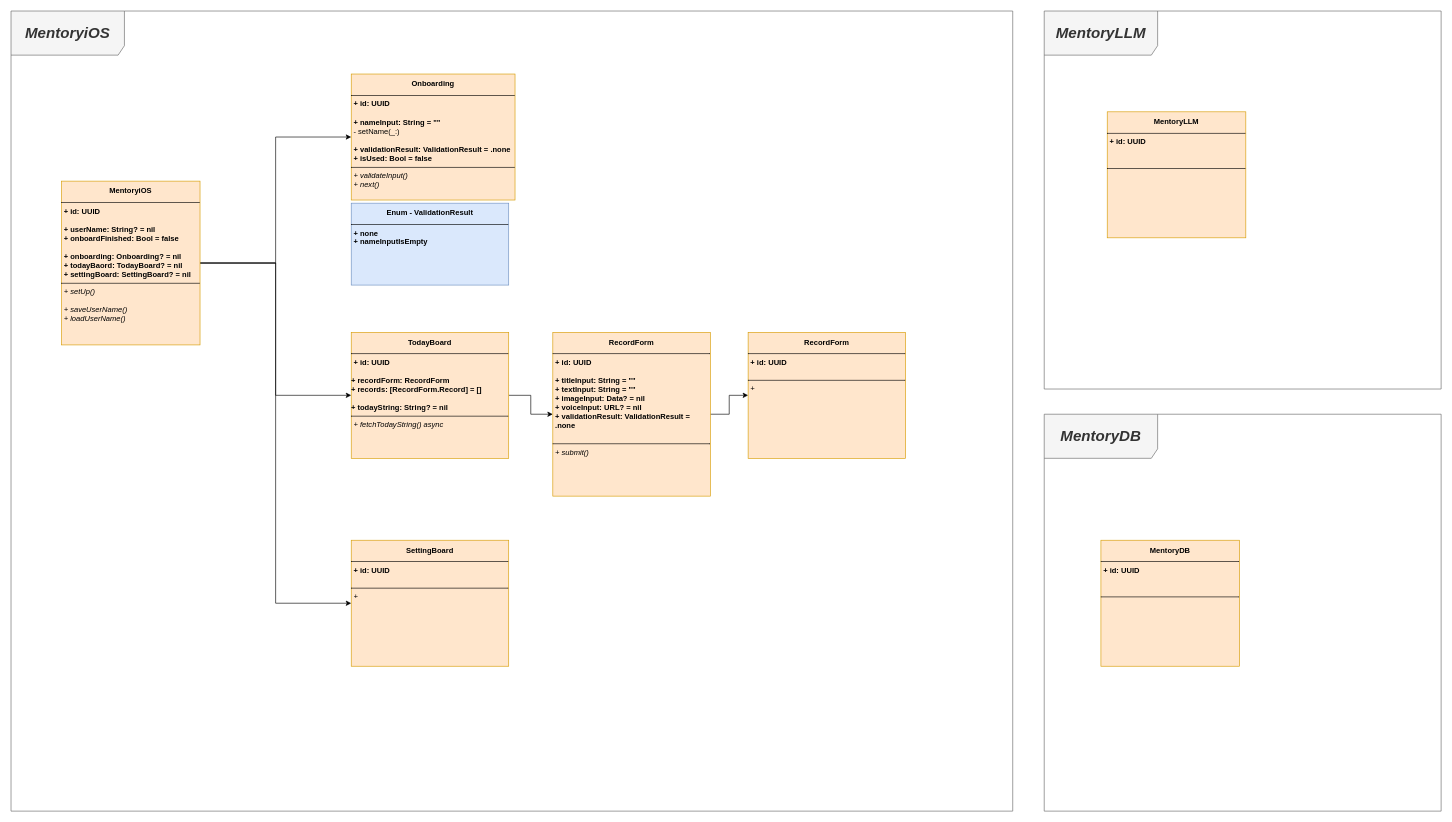
This is mentory.drawio from mandooplz/mentory, a draw.io file, before an edit. Source tidied: cells renumbered, new cells numbered last; positions are measured from the earlier drawing's top-left corner, leaving out a move shared by most shapes. Both pictures are drawn from the tidied source at 63%, with x=0, y=0 at pixel (11, 11).
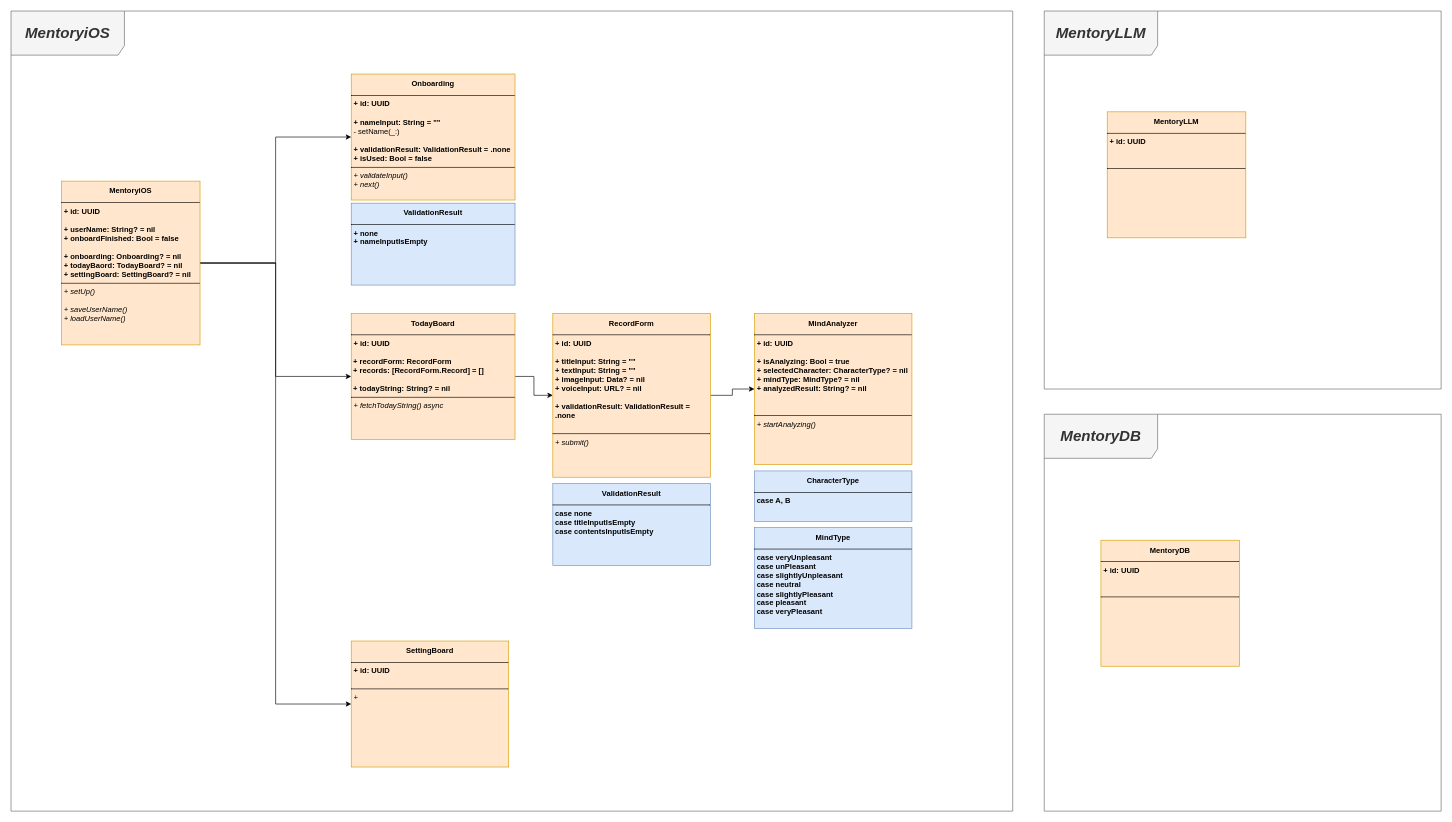
The same page after the edit.

Commit message:
[DOCS] RecordForm, MindAnalyzer 다이어그램 최신화

Diff of the diagram source:
```diff
@@
-    <mxCell id="7" value="&lt;p style=&quot;margin: 4px 0px 0px; text-align: center; line-height: 200%;&quot;&gt;&lt;b&gt;Enum - ValidationResult&lt;/b&gt;&lt;/p&gt;&lt;hr size=&quot;1&quot; style=&quot;border-style:solid;&quot;&gt;&lt;p style=&quot;margin:0px;margin-left:4px;&quot;&gt;&lt;b&gt;+ none&lt;/b&gt;&lt;/p&gt;&lt;p style=&quot;margin:0px;margin-left:4px;&quot;&gt;&lt;b&gt;+ nameInputIsEmpty&lt;/b&gt;&lt;/p&gt;" style="verticalAlign=top;align=left;overflow=fill;html=1;whiteSpace=wrap;fillColor=#dae8fc;strokeColor=#6c8ebf;" parent="1" vertex="1">
-      <mxGeometry x="540" y="305" width="250" height="130" as="geometry" />
+    <mxCell id="7" value="&lt;p style=&quot;margin: 4px 0px 0px; text-align: center; line-height: 200%;&quot;&gt;&lt;b&gt;ValidationResult&lt;/b&gt;&lt;/p&gt;&lt;hr size=&quot;1&quot; style=&quot;border-style:solid;&quot;&gt;&lt;p style=&quot;margin:0px;margin-left:4px;&quot;&gt;&lt;b&gt;+ none&lt;/b&gt;&lt;/p&gt;&lt;p style=&quot;margin:0px;margin-left:4px;&quot;&gt;&lt;b&gt;+ nameInputIsEmpty&lt;/b&gt;&lt;/p&gt;" style="verticalAlign=top;align=left;overflow=fill;html=1;whiteSpace=wrap;fillColor=#dae8fc;strokeColor=#6c8ebf;" parent="1" vertex="1">
+      <mxGeometry x="540" y="305" width="260" height="130" as="geometry" />
     </mxCell>
@@
-    <mxCell id="9" value="&lt;p style=&quot;margin: 4px 0px 0px; text-align: center; line-height: 200%;&quot;&gt;&lt;b&gt;TodayBoard&lt;/b&gt;&lt;/p&gt;&lt;hr size=&quot;1&quot; style=&quot;border-style:solid;&quot;&gt;&lt;p style=&quot;margin:0px;margin-left:4px;&quot;&gt;&lt;b&gt;+ id: UUID&lt;/b&gt;&lt;/p&gt;&lt;p style=&quot;margin:0px;margin-left:4px;&quot;&gt;&lt;/p&gt;&lt;div&gt;&lt;br&gt;&lt;/div&gt;&lt;b&gt;+ recordForm: RecordForm&lt;/b&gt;&lt;div&gt;&lt;b&gt;+ records: [RecordForm.Record] = []&lt;/b&gt;&lt;/div&gt;&lt;div&gt;&lt;b&gt;&lt;br&gt;&lt;/b&gt;&lt;/div&gt;&lt;div&gt;&lt;b&gt;+ todayString: String? = nil&lt;br&gt;&lt;/b&gt;&lt;hr size=&quot;1&quot; style=&quot;border-style:solid;&quot;&gt;&lt;p style=&quot;margin:0px;margin-left:4px;&quot;&gt;&lt;i&gt;+ fetchTodayString() async&lt;/i&gt;&lt;/p&gt;&lt;p style=&quot;margin:0px;margin-left:4px;&quot;&gt;&lt;i&gt;&lt;br&gt;&lt;/i&gt;&lt;/p&gt;&lt;p style=&quot;margin:0px;margin-left:4px;&quot;&gt;&lt;i&gt;&lt;br&gt;&lt;/i&gt;&lt;/p&gt;&lt;p style=&quot;margin:0px;margin-left:4px;&quot;&gt;&lt;i&gt;&lt;br&gt;&lt;/i&gt;&lt;/p&gt;&lt;/div&gt;" style="verticalAlign=top;align=left;overflow=fill;html=1;whiteSpace=wrap;fillColor=#ffe6cc;strokeColor=#d79b00;" parent="1" vertex="1">
-      <mxGeometry x="540" y="510" width="250" height="200" as="geometry" />
+    <mxCell id="9" value="&lt;p style=&quot;margin: 4px 0px 0px; text-align: center; line-height: 200%;&quot;&gt;&lt;b&gt;TodayBoard&lt;/b&gt;&lt;/p&gt;&lt;hr size=&quot;1&quot; style=&quot;border-style:solid;&quot;&gt;&lt;p style=&quot;margin:0px;margin-left:4px;&quot;&gt;&lt;b&gt;+ id: UUID&lt;/b&gt;&lt;/p&gt;&lt;p style=&quot;margin:0px;margin-left:4px;&quot;&gt;&lt;/p&gt;&lt;div&gt;&lt;br&gt;&lt;/div&gt;&lt;b&gt;&amp;nbsp;+ recordForm: RecordForm&lt;/b&gt;&lt;div&gt;&lt;b&gt;&amp;nbsp;+ records: [RecordForm.Record] = []&lt;/b&gt;&lt;/div&gt;&lt;div&gt;&lt;b&gt;&lt;br&gt;&lt;/b&gt;&lt;/div&gt;&lt;div&gt;&lt;b&gt;&amp;nbsp;+ todayString: String? = nil&lt;br&gt;&lt;/b&gt;&lt;hr size=&quot;1&quot; style=&quot;border-style:solid;&quot;&gt;&lt;p style=&quot;margin:0px;margin-left:4px;&quot;&gt;&lt;i&gt;+ fetchTodayString() async&lt;/i&gt;&lt;/p&gt;&lt;p style=&quot;margin:0px;margin-left:4px;&quot;&gt;&lt;i&gt;&lt;br&gt;&lt;/i&gt;&lt;/p&gt;&lt;p style=&quot;margin:0px;margin-left:4px;&quot;&gt;&lt;i&gt;&lt;br&gt;&lt;/i&gt;&lt;/p&gt;&lt;p style=&quot;margin:0px;margin-left:4px;&quot;&gt;&lt;i&gt;&lt;br&gt;&lt;/i&gt;&lt;/p&gt;&lt;/div&gt;" style="verticalAlign=top;align=left;overflow=fill;html=1;whiteSpace=wrap;fillColor=#ffe6cc;strokeColor=#d79b00;" parent="1" vertex="1">
+      <mxGeometry x="540" y="480" width="260" height="200" as="geometry" />
     </mxCell>
@@
-    <mxCell id="13" value="&lt;p style=&quot;margin: 4px 0px 0px; text-align: center; line-height: 200%;&quot;&gt;&lt;b&gt;RecordForm&lt;/b&gt;&lt;/p&gt;&lt;hr size=&quot;1&quot; style=&quot;border-style:solid;&quot;&gt;&lt;p style=&quot;margin:0px;margin-left:4px;&quot;&gt;&lt;b&gt;+ id: UUID&lt;/b&gt;&lt;/p&gt;&lt;p style=&quot;margin:0px;margin-left:4px;&quot;&gt;&lt;b&gt;&lt;br&gt;&lt;/b&gt;&lt;/p&gt;&lt;p style=&quot;margin:0px;margin-left:4px;&quot;&gt;&lt;b&gt;+ titleInput: String = &quot;&quot;&lt;/b&gt;&lt;/p&gt;&lt;p style=&quot;margin:0px;margin-left:4px;&quot;&gt;&lt;b&gt;+ textInput: String = &quot;&quot;&lt;/b&gt;&lt;/p&gt;&lt;p style=&quot;margin:0px;margin-left:4px;&quot;&gt;&lt;b&gt;+ imageInput: Data? = nil&lt;/b&gt;&lt;/p&gt;&lt;p style=&quot;margin:0px;margin-left:4px;&quot;&gt;&lt;b&gt;+ voiceInput: URL? = nil&lt;/b&gt;&lt;/p&gt;&lt;p style=&quot;margin:0px;margin-left:4px;&quot;&gt;&lt;b&gt;+ validationResult: ValidationResult = .none&lt;/b&gt;&lt;/p&gt;&lt;p style=&quot;margin:0px;margin-left:4px;&quot;&gt;&lt;b&gt;&lt;br&gt;&lt;/b&gt;&lt;/p&gt;&lt;hr size=&quot;1&quot; style=&quot;border-style:solid;&quot;&gt;&lt;p style=&quot;margin:0px;margin-left:4px;&quot;&gt;&lt;i&gt;+ submit()&lt;/i&gt;&lt;/p&gt;&lt;p style=&quot;margin:0px;margin-left:4px;&quot;&gt;&lt;i&gt;&lt;br&gt;&lt;/i&gt;&lt;/p&gt;&lt;p style=&quot;margin:0px;margin-left:4px;&quot;&gt;&lt;i&gt;&lt;br&gt;&lt;/i&gt;&lt;/p&gt;" style="verticalAlign=top;align=left;overflow=fill;html=1;whiteSpace=wrap;fillColor=#ffe6cc;strokeColor=#d79b00;" parent="1" vertex="1">
-      <mxGeometry x="860" y="510" width="250" height="260" as="geometry" />
+    <mxCell id="13" value="&lt;p style=&quot;margin: 4px 0px 0px; text-align: center; line-height: 200%;&quot;&gt;&lt;b&gt;RecordForm&lt;/b&gt;&lt;/p&gt;&lt;hr size=&quot;1&quot; style=&quot;border-style:solid;&quot;&gt;&lt;p style=&quot;margin:0px;margin-left:4px;&quot;&gt;&lt;b&gt;+ id: UUID&lt;/b&gt;&lt;/p&gt;&lt;p style=&quot;margin:0px;margin-left:4px;&quot;&gt;&lt;b&gt;&lt;br&gt;&lt;/b&gt;&lt;/p&gt;&lt;p style=&quot;margin:0px;margin-left:4px;&quot;&gt;&lt;b&gt;+ titleInput: String = &quot;&quot;&lt;/b&gt;&lt;/p&gt;&lt;p style=&quot;margin:0px;margin-left:4px;&quot;&gt;&lt;b&gt;+ textInput: String = &quot;&quot;&lt;/b&gt;&lt;/p&gt;&lt;p style=&quot;margin:0px;margin-left:4px;&quot;&gt;&lt;b&gt;+ imageInput: Data? = nil&lt;/b&gt;&lt;/p&gt;&lt;p style=&quot;margin:0px;margin-left:4px;&quot;&gt;&lt;b&gt;+ voiceInput: URL? = nil&lt;/b&gt;&lt;/p&gt;&lt;p style=&quot;margin:0px;margin-left:4px;&quot;&gt;&lt;b&gt;&lt;br&gt;&lt;/b&gt;&lt;/p&gt;&lt;p style=&quot;margin:0px;margin-left:4px;&quot;&gt;&lt;b&gt;+ validationResult: ValidationResult = .none&lt;/b&gt;&lt;/p&gt;&lt;p style=&quot;margin:0px;margin-left:4px;&quot;&gt;&lt;b&gt;&lt;br&gt;&lt;/b&gt;&lt;/p&gt;&lt;hr size=&quot;1&quot; style=&quot;border-style:solid;&quot;&gt;&lt;p style=&quot;margin:0px;margin-left:4px;&quot;&gt;&lt;i&gt;+ submit()&lt;/i&gt;&lt;/p&gt;&lt;p style=&quot;margin:0px;margin-left:4px;&quot;&gt;&lt;i&gt;&lt;br&gt;&lt;/i&gt;&lt;/p&gt;&lt;p style=&quot;margin:0px;margin-left:4px;&quot;&gt;&lt;i&gt;&lt;br&gt;&lt;/i&gt;&lt;/p&gt;" style="verticalAlign=top;align=left;overflow=fill;html=1;whiteSpace=wrap;fillColor=#ffe6cc;strokeColor=#d79b00;" parent="1" vertex="1">
+      <mxGeometry x="860" y="480" width="250" height="260" as="geometry" />
     </mxCell>
@@
-    <mxCell id="17" value="&lt;p style=&quot;margin: 4px 0px 0px; text-align: center; line-height: 200%;&quot;&gt;&lt;b&gt;RecordForm&lt;/b&gt;&lt;/p&gt;&lt;hr size=&quot;1&quot; style=&quot;border-style:solid;&quot;&gt;&lt;p style=&quot;margin:0px;margin-left:4px;&quot;&gt;&lt;b&gt;+ id: UUID&lt;/b&gt;&lt;/p&gt;&lt;p style=&quot;margin:0px;margin-left:4px;&quot;&gt;&lt;b&gt;&lt;br&gt;&lt;/b&gt;&lt;/p&gt;&lt;hr size=&quot;1&quot; style=&quot;border-style:solid;&quot;&gt;&lt;p style=&quot;margin:0px;margin-left:4px;&quot;&gt;&lt;i&gt;+&amp;nbsp;&lt;/i&gt;&lt;/p&gt;&lt;p style=&quot;margin:0px;margin-left:4px;&quot;&gt;&lt;i&gt;&lt;br&gt;&lt;/i&gt;&lt;/p&gt;&lt;p style=&quot;margin:0px;margin-left:4px;&quot;&gt;&lt;i&gt;&lt;br&gt;&lt;/i&gt;&lt;/p&gt;" style="verticalAlign=top;align=left;overflow=fill;html=1;whiteSpace=wrap;fillColor=#ffe6cc;strokeColor=#d79b00;" parent="1" vertex="1">
-      <mxGeometry x="1170" y="510" width="250" height="200" as="geometry" />
+    <mxCell id="17" value="&lt;p style=&quot;margin: 4px 0px 0px; text-align: center; line-height: 200%;&quot;&gt;&lt;b&gt;MindAnalyzer&lt;/b&gt;&lt;/p&gt;&lt;hr size=&quot;1&quot; style=&quot;border-style:solid;&quot;&gt;&lt;p style=&quot;margin:0px;margin-left:4px;&quot;&gt;&lt;b&gt;+ id: UUID&lt;/b&gt;&lt;/p&gt;&lt;p style=&quot;margin:0px;margin-left:4px;&quot;&gt;&lt;b&gt;&lt;br&gt;&lt;/b&gt;&lt;/p&gt;&lt;p style=&quot;margin:0px;margin-left:4px;&quot;&gt;&lt;b&gt;+ isAnalyzing: Bool = true&lt;/b&gt;&lt;/p&gt;&lt;p style=&quot;margin:0px;margin-left:4px;&quot;&gt;&lt;b&gt;+ selectedCharacter: CharacterType? = nil&lt;/b&gt;&lt;/p&gt;&lt;p style=&quot;margin:0px;margin-left:4px;&quot;&gt;&lt;b&gt;+ mindType: MindType? = nil&lt;/b&gt;&lt;/p&gt;&lt;p style=&quot;margin:0px;margin-left:4px;&quot;&gt;&lt;b&gt;+ analyzedResult: String? = nil&lt;/b&gt;&lt;/p&gt;&lt;p style=&quot;margin:0px;margin-left:4px;&quot;&gt;&lt;b&gt;&lt;br&gt;&lt;/b&gt;&lt;/p&gt;&lt;p style=&quot;margin:0px;margin-left:4px;&quot;&gt;&lt;b&gt;&lt;br&gt;&lt;/b&gt;&lt;/p&gt;&lt;hr size=&quot;1&quot; style=&quot;border-style:solid;&quot;&gt;&lt;p style=&quot;margin:0px;margin-left:4px;&quot;&gt;&lt;i&gt;+ startAnalyzing()&lt;/i&gt;&lt;/p&gt;&lt;p style=&quot;margin:0px;margin-left:4px;&quot;&gt;&lt;i&gt;&lt;br&gt;&lt;/i&gt;&lt;/p&gt;&lt;p style=&quot;margin:0px;margin-left:4px;&quot;&gt;&lt;i&gt;&lt;br&gt;&lt;/i&gt;&lt;/p&gt;" style="verticalAlign=top;align=left;overflow=fill;html=1;whiteSpace=wrap;fillColor=#ffe6cc;strokeColor=#d79b00;" parent="1" vertex="1">
+      <mxGeometry x="1180" y="480" width="250" height="240" as="geometry" />
     </mxCell>
     <mxCell id="18" value="&lt;p style=&quot;margin: 4px 0px 0px; text-align: center; line-height: 200%;&quot;&gt;&lt;b&gt;SettingBoard&lt;/b&gt;&lt;/p&gt;&lt;hr size=&quot;1&quot; style=&quot;border-style:solid;&quot;&gt;&lt;p style=&quot;margin:0px;margin-left:4px;&quot;&gt;&lt;b&gt;+ id: UUID&lt;/b&gt;&lt;/p&gt;&lt;p style=&quot;margin:0px;margin-left:4px;&quot;&gt;&lt;/p&gt;&lt;div&gt;&lt;br&gt;&lt;/div&gt;&lt;hr size=&quot;1&quot; style=&quot;border-style:solid;&quot;&gt;&lt;p style=&quot;margin:0px;margin-left:4px;&quot;&gt;&lt;i&gt;+&amp;nbsp;&lt;/i&gt;&lt;/p&gt;&lt;p style=&quot;margin:0px;margin-left:4px;&quot;&gt;&lt;i&gt;&lt;br&gt;&lt;/i&gt;&lt;/p&gt;&lt;p style=&quot;margin:0px;margin-left:4px;&quot;&gt;&lt;i&gt;&lt;br&gt;&lt;/i&gt;&lt;/p&gt;" style="verticalAlign=top;align=left;overflow=fill;html=1;whiteSpace=wrap;fillColor=#ffe6cc;strokeColor=#d79b00;" parent="1" vertex="1">
-      <mxGeometry x="540" y="840" width="250" height="200" as="geometry" />
+      <mxGeometry x="540" y="1000" width="250" height="200" as="geometry" />
     </mxCell>
+    <mxCell id="19" value="&lt;p style=&quot;margin: 4px 0px 0px; text-align: center; line-height: 200%;&quot;&gt;&lt;b&gt;ValidationResult&lt;/b&gt;&lt;/p&gt;&lt;hr size=&quot;1&quot; style=&quot;border-style:solid;&quot;&gt;&lt;p style=&quot;margin:0px;margin-left:4px;&quot;&gt;&lt;b&gt;case none&lt;/b&gt;&lt;/p&gt;&lt;p style=&quot;margin:0px;margin-left:4px;&quot;&gt;&lt;b&gt;case titleInputIsEmpty&lt;/b&gt;&lt;/p&gt;&lt;p style=&quot;margin:0px;margin-left:4px;&quot;&gt;&lt;b&gt;case contentsInputIsEmpty&lt;/b&gt;&lt;/p&gt;" style="verticalAlign=top;align=left;overflow=fill;html=1;whiteSpace=wrap;fillColor=#dae8fc;strokeColor=#6c8ebf;" parent="1" vertex="1">
+      <mxGeometry x="860" y="750" width="250" height="130" as="geometry" />
+    </mxCell>
+    <mxCell id="20" value="&lt;p style=&quot;margin: 4px 0px 0px; text-align: center; line-height: 200%;&quot;&gt;&lt;b&gt;CharacterType&lt;/b&gt;&lt;/p&gt;&lt;hr size=&quot;1&quot; style=&quot;border-style:solid;&quot;&gt;&lt;p style=&quot;margin:0px;margin-left:4px;&quot;&gt;&lt;b&gt;case A, B&lt;/b&gt;&lt;/p&gt;" style="verticalAlign=top;align=left;overflow=fill;html=1;whiteSpace=wrap;fillColor=#dae8fc;strokeColor=#6c8ebf;" parent="1" vertex="1">
+      <mxGeometry x="1180" y="730" width="250" height="80" as="geometry" />
+    </mxCell>
+    <mxCell id="21" value="&lt;p style=&quot;margin: 4px 0px 0px; text-align: center; line-height: 200%;&quot;&gt;&lt;b&gt;MindType&lt;/b&gt;&lt;/p&gt;&lt;hr size=&quot;1&quot; style=&quot;border-style:solid;&quot;&gt;&lt;p style=&quot;margin:0px;margin-left:4px;&quot;&gt;&lt;b&gt;case veryUnpleasant&lt;/b&gt;&lt;/p&gt;&lt;p style=&quot;margin:0px;margin-left:4px;&quot;&gt;&lt;b&gt;case unPleasant&lt;/b&gt;&lt;/p&gt;&lt;p style=&quot;margin:0px;margin-left:4px;&quot;&gt;&lt;b&gt;case slightlyUnpleasant&lt;/b&gt;&lt;/p&gt;&lt;p style=&quot;margin:0px;margin-left:4px;&quot;&gt;&lt;b&gt;case neutral&lt;/b&gt;&lt;/p&gt;&lt;p style=&quot;margin:0px;margin-left:4px;&quot;&gt;&lt;b&gt;case slightlyPleasant&lt;/b&gt;&lt;/p&gt;&lt;p style=&quot;margin:0px;margin-left:4px;&quot;&gt;&lt;b&gt;case pleasant&lt;/b&gt;&lt;/p&gt;&lt;p style=&quot;margin:0px;margin-left:4px;&quot;&gt;&lt;b&gt;case veryPleasant&lt;/b&gt;&lt;/p&gt;" style="verticalAlign=top;align=left;overflow=fill;html=1;whiteSpace=wrap;fillColor=#dae8fc;strokeColor=#6c8ebf;" parent="1" vertex="1">
+      <mxGeometry x="1180" y="820" width="250" height="160" as="geometry" />
+    </mxCell>
```
